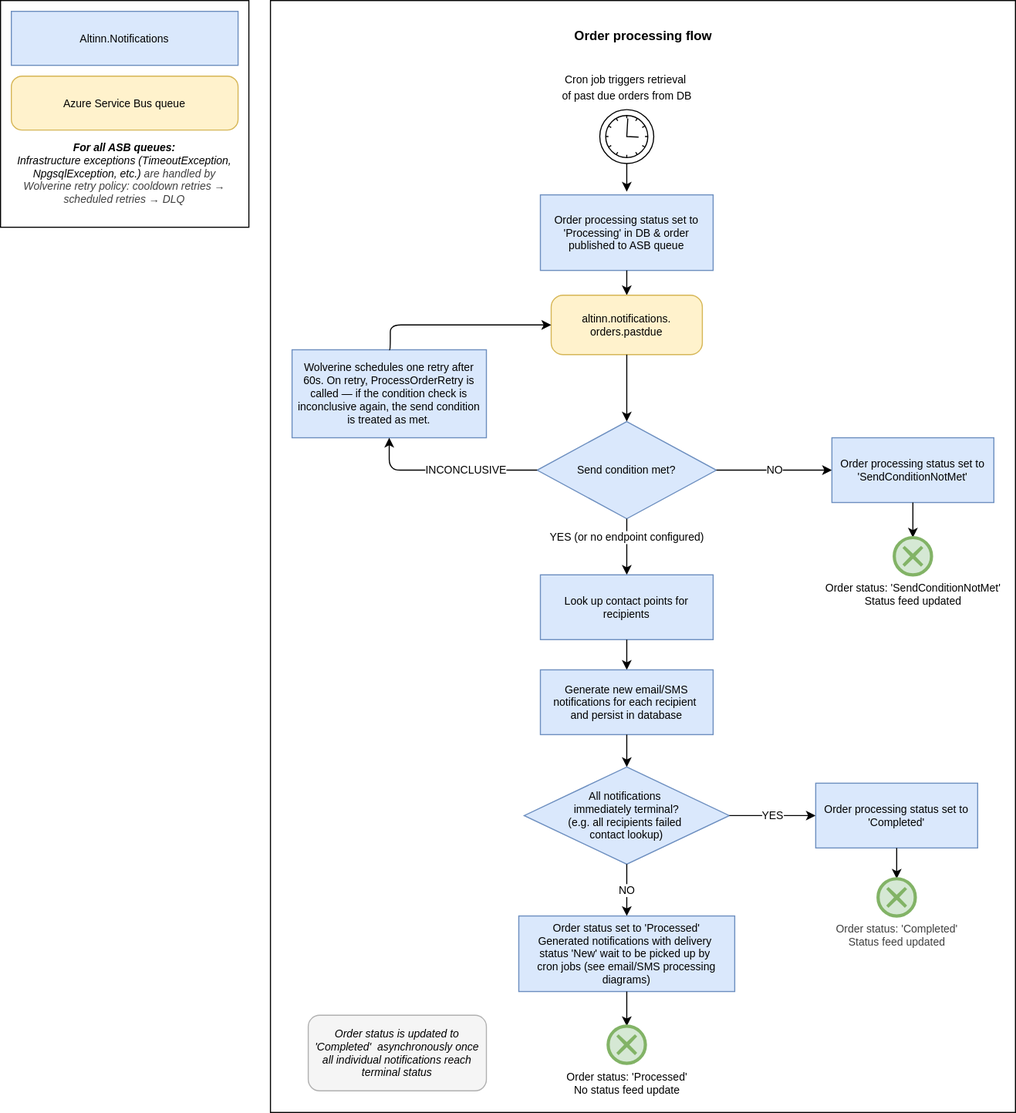
Altinn/altinn-notifications keeps this draw.io diagram as docs/architecture/diagrams/flowchart-order-process.svg. Above is the earlier version. Source tidied: cells renumbered, new cells last; positions are measured from the earlier drawing's top-left corner, leaving out a move shared by most shapes.
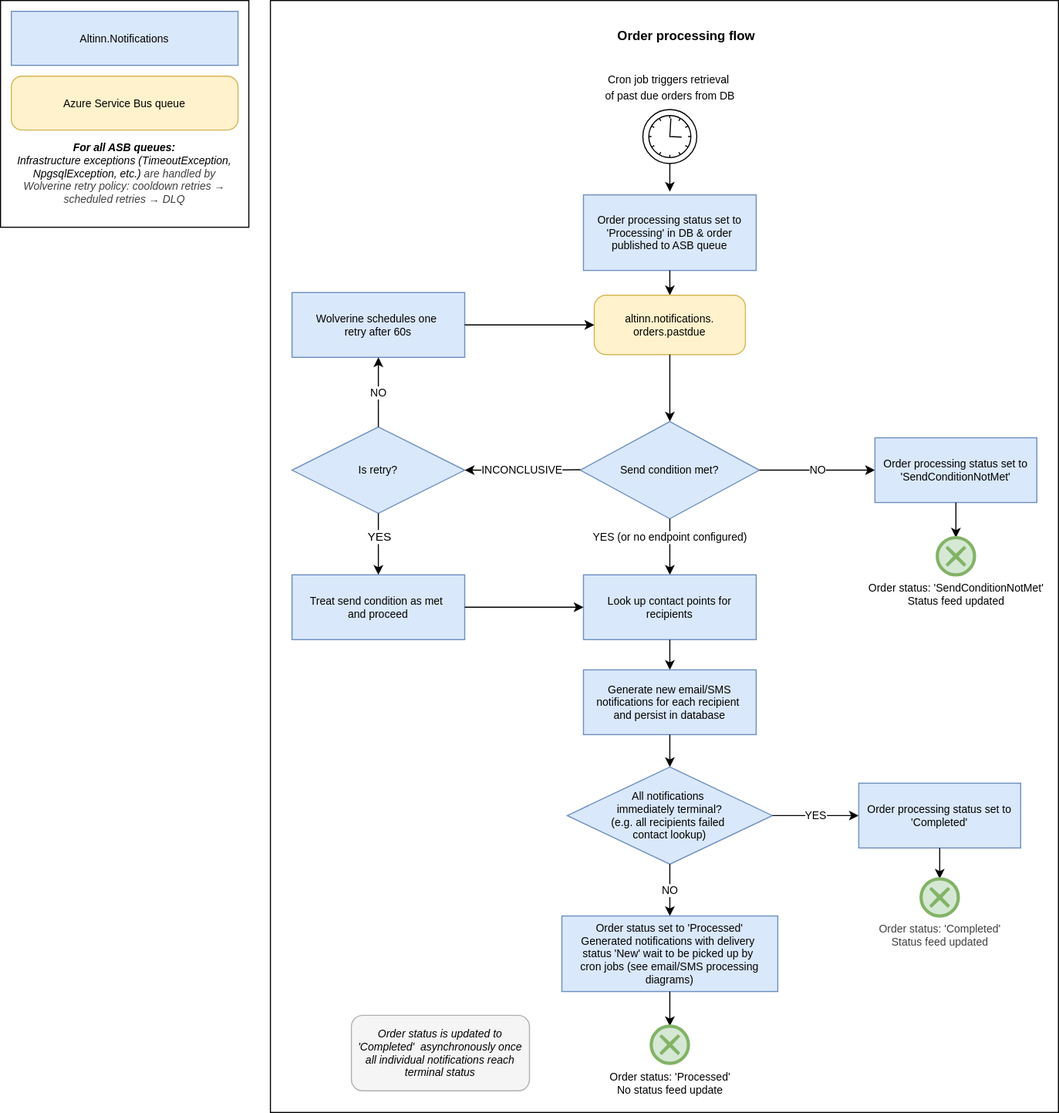
After the commit.

Commit message:
Update send condition inconclusive flow

What changed in the source:
```diff
@@ -3,7 +3,7 @@
     <mxCell id="0" />
     <mxCell id="1" parent="0" />
     <mxCell id="2" style="rounded=0;whiteSpace=wrap;html=1;" parent="1" vertex="1">
-      <mxGeometry x="250" width="690" height="1030" as="geometry" />
+      <mxGeometry x="210" width="730" height="1030" as="geometry" />
     </mxCell>
     <mxCell id="3" value="&lt;font&gt;Order processing status set to 'Processing' in DB &amp;amp; order published to ASB queue&lt;/font&gt;" style="rounded=0;whiteSpace=wrap;html=1;fillColor=#dae8fc;strokeColor=#6c8ebf;fontSize=10;" parent="1" vertex="1">
       <mxGeometry x="500" y="180" width="160" height="70" as="geometry" />
@@ -73,22 +73,9 @@
     <mxCell id="24" style="edgeStyle=none;html=1;exitX=0.5;exitY=1;exitDx=0;exitDy=0;entryX=0.5;entryY=0;entryDx=0;entryDy=0;entryPerimeter=0;" parent="1" edge="1" source="17" target="30">
       <mxGeometry relative="1" as="geometry" />
     </mxCell>
-    <mxCell id="25" value="&lt;font&gt;Wolverine schedules one retry after 60s. On retry, ProcessOrderRetry is called — if the condition check is inconclusive again, the send condition is treated as met.&lt;/font&gt;" style="rounded=0;whiteSpace=wrap;html=1;fillColor=#dae8fc;strokeColor=#6c8ebf;fontSize=10;" parent="1" vertex="1">
-      <mxGeometry x="270" y="323.5" width="180" height="81.5" as="geometry" />
-    </mxCell>
-    <mxCell id="26" value="INCONCLUSIVE" style="edgeStyle=orthogonalEdgeStyle;html=1;exitX=0;exitY=0.5;exitDx=0;exitDy=0;entryX=0.5;entryY=1;entryDx=0;entryDy=0;fontSize=10;" parent="1" edge="1" source="7" target="25">
-      <mxGeometry x="-0.21" relative="1" as="geometry" />
-    </mxCell>
     <mxCell id="27" style="edgeStyle=none;html=1;exitX=0.5;exitY=1;exitDx=0;exitDy=0;entryX=0.5;entryY=0;entryDx=0;entryDy=0;entryPerimeter=0;" parent="1" edge="1" source="9" target="29">
       <mxGeometry relative="1" as="geometry" />
     </mxCell>
-    <mxCell id="28" style="edgeStyle=orthogonalEdgeStyle;html=1;fontSize=10;exitX=0.5;exitY=0;exitDx=0;exitDy=0;entryX=0;entryY=0.5;entryDx=0;entryDy=0;" parent="1" edge="1" source="25" target="5">
-      <mxGeometry relative="1" as="geometry">
-        <Array as="points">
-          <mxPoint x="361" y="300" />
-        </Array>
-      </mxGeometry>
-    </mxCell>
     <mxCell id="29" value="&lt;font&gt;&lt;span style=&quot;color: rgb(0, 0, 0);&quot;&gt;Order status: 'SendConditionNotMet'&lt;/span&gt;&lt;br&gt;&lt;/font&gt;&lt;div&gt;&lt;font&gt;&lt;span style=&quot;color: rgb(0, 0, 0);&quot;&gt;&lt;span style=&quot;color: rgb(0, 0, 0);&quot;&gt;&lt;font&gt;Status feed updated&lt;/font&gt;&lt;/span&gt;&lt;br style=&quot;color: rgb(63, 63, 63); scrollbar-color: rgb(226, 226, 226) rgb(251, 251, 251);&quot;&gt;&lt;/span&gt;&lt;/font&gt;&lt;/div&gt;" style="points=[[0.145,0.145,0],[0.5,0,0],[0.855,0.145,0],[1,0.5,0],[0.855,0.855,0],[0.5,1,0],[0.145,0.855,0],[0,0.5,0]];shape=mxgraph.bpmn.event;html=1;verticalLabelPosition=bottom;labelBackgroundColor=#ffffff;verticalAlign=top;align=center;perimeter=ellipsePerimeter;outlineConnect=0;outline=end;symbol=cancel;fillColor=#d5e8d4;strokeColor=#82b366;fontSize=10;" parent="1" vertex="1">
       <mxGeometry x="827.8" y="497.5" width="34.5" height="34.5" as="geometry" />
     </mxCell>
@@ -99,16 +86,16 @@
       <mxGeometry x="562.8" y="950" width="34.5" height="34.5" as="geometry" />
     </mxCell>
     <mxCell id="32" style="rounded=0;whiteSpace=wrap;html=1;" parent="1" vertex="1">
-      <mxGeometry width="230" height="210" as="geometry" />
+      <mxGeometry x="-40" width="230" height="210" as="geometry" />
     </mxCell>
     <mxCell id="33" value="&lt;div&gt;&lt;font&gt;&lt;b&gt;For all ASB queues:&lt;/b&gt;&lt;/font&gt;&lt;/div&gt;&lt;font&gt;Infrastructure exceptions (TimeoutException, NpgsqlException, etc.)&amp;nbsp;&lt;/font&gt;&lt;span style=&quot;color: rgb(63, 63, 63); background-color: transparent;&quot;&gt;are handled by Wolverine retry policy:&amp;nbsp;&lt;/span&gt;&lt;span style=&quot;color: rgb(63, 63, 63); background-color: transparent;&quot;&gt;cooldown retries → scheduled retries → DLQ&lt;/span&gt;" style="rounded=1;whiteSpace=wrap;html=1;fontSize=10;fontStyle=2;strokeColor=none;" parent="1" vertex="1">
-      <mxGeometry x="10" y="120" width="210" height="80" as="geometry" />
+      <mxGeometry x="-30" y="120" width="210" height="80" as="geometry" />
     </mxCell>
     <mxCell id="34" value="&lt;font&gt;Altinn.Notifications&lt;/font&gt;" style="rounded=0;whiteSpace=wrap;html=1;fillColor=#dae8fc;strokeColor=#6c8ebf;fontSize=10;" parent="1" vertex="1">
-      <mxGeometry x="10" y="10" width="210" height="50" as="geometry" />
+      <mxGeometry x="-30" y="10" width="210" height="50" as="geometry" />
     </mxCell>
     <mxCell id="35" value="&lt;font&gt;Azure Service Bus queue&lt;/font&gt;" style="rounded=1;whiteSpace=wrap;html=1;fillColor=#fff2cc;strokeColor=#d6b656;arcSize=20;fontSize=10;" parent="1" vertex="1">
-      <mxGeometry x="10" y="70" width="210" height="50" as="geometry" />
+      <mxGeometry x="-30" y="70" width="210" height="50" as="geometry" />
     </mxCell>
     <mxCell id="36" value="&lt;font style=&quot;font-size: 12px;&quot;&gt;Order processing flow&lt;/font&gt;" style="text;html=1;align=center;verticalAlign=middle;strokeColor=none;fillColor=none;fontSize=11;fontStyle=1;" parent="1" vertex="1">
       <mxGeometry x="495" y="20" width="200" height="25" as="geometry" />
@@ -116,5 +103,34 @@
     <mxCell id="37" value="&lt;font style=&quot;font-size: 10px;&quot;&gt;Order status is updated to 'Completed'&amp;nbsp; asynchronously&amp;nbsp;once all individual notifications reach terminal status&lt;/font&gt;" style="rounded=1;whiteSpace=wrap;html=1;fillColor=#f5f5f5;strokeColor=#b0b0b0;fontSize=9;fontStyle=2;" parent="1" vertex="1">
       <mxGeometry x="285" y="940" width="165" height="70" as="geometry" />
     </mxCell>
+    <mxCell id="38" value="&lt;font&gt;Wolverine schedules one&amp;nbsp;&lt;/font&gt;&lt;div&gt;&lt;font&gt;retry after 60s&lt;/font&gt;&lt;/div&gt;" style="rounded=0;whiteSpace=wrap;html=1;fillColor=#dae8fc;strokeColor=#6c8ebf;fontSize=10;" parent="1" vertex="1">
+      <mxGeometry x="230" y="270.5" width="160" height="60" as="geometry" />
+    </mxCell>
+    <mxCell id="39" value="&lt;font&gt;Is retry?&lt;/font&gt;" style="rhombus;whiteSpace=wrap;html=1;fontSize=10;fillColor=#dae8fc;strokeColor=#6c8ebf;" parent="1" vertex="1">
+      <mxGeometry x="230" y="395" width="160" height="80" as="geometry" />
+    </mxCell>
+    <mxCell id="40" style="edgeStyle=orthogonalEdgeStyle;html=1;entryX=0.5;entryY=0;entryDx=0;entryDy=0;fontSize=10;align=center;exitX=0.5;exitY=1;exitDx=0;exitDy=0;" parent="1" edge="1" source="39" target="44">
+      <mxGeometry relative="1" as="geometry" />
+    </mxCell>
+    <mxCell id="41" value="YES" style="edgeLabel;html=1;align=center;verticalAlign=middle;" parent="40" vertex="1">
+      <mxGeometry x="-0.26" relative="1" as="geometry" />
+    </mxCell>
+    <mxCell id="42" value="NO" style="edgeStyle=orthogonalEdgeStyle;html=1;exitX=0.5;exitY=0;exitDx=0;exitDy=0;fontSize=10;entryX=0.5;entryY=1;entryDx=0;entryDy=0;" parent="1" edge="1" source="39" target="38">
+      <mxGeometry relative="1" as="geometry" />
+    </mxCell>
+    <mxCell id="43" style="edgeStyle=orthogonalEdgeStyle;html=1;fontSize=10;exitX=1;exitY=0.5;exitDx=0;exitDy=0;entryX=0;entryY=0.5;entryDx=0;entryDy=0;" parent="1" edge="1" source="38" target="5">
+      <mxGeometry relative="1" as="geometry" />
+    </mxCell>
+    <mxCell id="44" value="Treat send condition as met&amp;nbsp;&lt;div&gt;and proceed&lt;/div&gt;" style="rounded=0;whiteSpace=wrap;html=1;fillColor=#dae8fc;strokeColor=#6c8ebf;fontSize=10;" parent="1" vertex="1">
+      <mxGeometry x="230" y="532" width="160" height="60" as="geometry" />
+    </mxCell>
+    <mxCell id="45" style="edgeStyle=orthogonalEdgeStyle;html=1;fontSize=10;align=center;exitX=1;exitY=0.5;exitDx=0;exitDy=0;entryX=0;entryY=0.5;entryDx=0;entryDy=0;" parent="1" edge="1" source="44" target="11">
+      <mxGeometry relative="1" as="geometry" />
+    </mxCell>
+    <mxCell id="26" value="INCONCLUSIVE" style="edgeStyle=orthogonalEdgeStyle;html=1;exitX=0;exitY=0.5;exitDx=0;exitDy=0;fontSize=10;entryX=1;entryY=0.5;entryDx=0;entryDy=0;" parent="1" edge="1" target="39">
+      <mxGeometry relative="1" as="geometry">
+        <mxPoint x="497" y="434.7" as="sourcePoint" />
+      </mxGeometry>
+    </mxCell>
   </root>
 </mxGraphModel>
```
